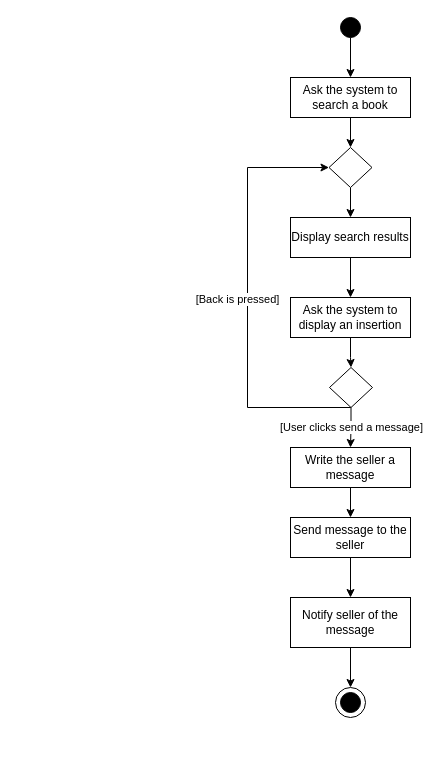
Before: activitydiagram_ BuyBook.drawio in davideleoni997/ScambioUniversitario, a draw.io diagram. Source tidied: cells renumbered, new cells numbered last; positions are measured from the earlier drawing's top-left corner, leaving out a move shared by most shapes. Both pictures are drawn from the tidied source at 100%, with x=0, y=0 at pixel (247, 17).
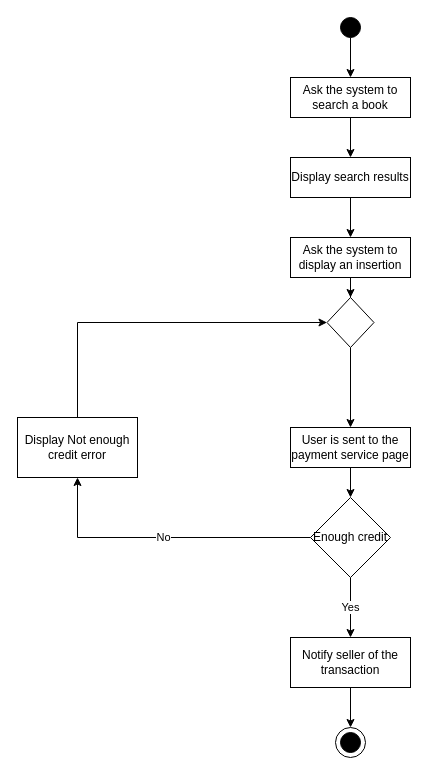
Above is the later version.

Commit message (it also covers changes not shown here):
-- Updated the AD to reflect the changes to the system

Unchanged cells that the change refers to:
```xml
<mxCell id="5" value="Ask the system to search a book" style="rounded=0;whiteSpace=wrap;html=1;strokeColor=#000000;fillColor=#FFFFFF;" parent="1" vertex="1">
  <mxGeometry x="43" y="60" width="120" height="40" as="geometry" />
</mxCell>
```

Change to the diagram source:
```diff
@@
-    <mxCell id="4" style="edgeStyle=orthogonalEdgeStyle;rounded=0;jettySize=auto;html=1;entryX=0.5;entryY=0;entryDx=0;entryDy=0;" parent="1" edge="1" source="5" target="12">
-      <mxGeometry relative="1" as="geometry" />
-    </mxCell>
+    <mxCell id="23" style="edgeStyle=orthogonalEdgeStyle;rounded=0;jettySize=auto;html=1;entryX=0.5;entryY=0;entryDx=0;entryDy=0;" parent="1" edge="1" source="5" target="7">
+      <mxGeometry relative="1" as="geometry" />
+    </mxCell>
@@
     <mxCell id="7" value="Display search results" style="rounded=0;whiteSpace=wrap;html=1;strokeColor=#000000;fillColor=#FFFFFF;" parent="1" vertex="1">
-      <mxGeometry x="43" y="200" width="120" height="40" as="geometry" />
+      <mxGeometry x="43" y="140" width="120" height="40" as="geometry" />
     </mxCell>
+    <mxCell id="24" style="edgeStyle=orthogonalEdgeStyle;rounded=0;jettySize=auto;html=1;entryX=0.5;entryY=0;entryDx=0;entryDy=0;" parent="1" edge="1" source="8" target="33">
+      <mxGeometry relative="1" as="geometry" />
+    </mxCell>
     <mxCell id="8" value="Ask the system to display an insertion" style="rounded=0;whiteSpace=wrap;html=1;strokeColor=#000000;fillColor=#FFFFFF;" parent="1" vertex="1">
-      <mxGeometry x="43" y="280" width="120" height="40" as="geometry" />
+      <mxGeometry x="43" y="220" width="120" height="40" as="geometry" />
     </mxCell>
-    <mxCell id="9" value="[Back is pressed]" style="edgeStyle=orthogonalEdgeStyle;rounded=0;jettySize=auto;html=1;entryX=0;entryY=0.5;entryDx=0;entryDy=0;" parent="1" edge="1" source="21" target="12">
-      <mxGeometry y="10" relative="1" as="geometry">
-        <Array as="points">
-          <mxPoint y="390" />
-          <mxPoint y="150" />
-        </Array>
-        <mxPoint y="1" as="offset" />
-      </mxGeometry>
-    </mxCell>
-    <mxCell id="10" value="[User clicks send a message]" style="edgeStyle=orthogonalEdgeStyle;rounded=0;jettySize=auto;html=1;entryX=0.5;entryY=0;entryDx=0;entryDy=0;" parent="1" edge="1" source="21" target="14">
-      <mxGeometry relative="1" as="geometry" />
-    </mxCell>
-    <mxCell id="11" style="edgeStyle=orthogonalEdgeStyle;rounded=0;jettySize=auto;html=1;entryX=0.5;entryY=0;entryDx=0;entryDy=0;" parent="1" edge="1" source="12" target="7">
-      <mxGeometry relative="1" as="geometry" />
-    </mxCell>
-    <mxCell id="12" style="rhombus;whiteSpace=wrap;html=1;strokeColor=#000000;fillColor=#FFFFFF;" parent="1" vertex="1">
-      <mxGeometry x="81.5" y="130" width="43" height="40" as="geometry" />
-    </mxCell>
-    <mxCell id="13" style="edgeStyle=orthogonalEdgeStyle;rounded=0;jettySize=auto;html=1;entryX=0.5;entryY=0;entryDx=0;entryDy=0;" parent="1" edge="1" source="14" target="16">
-      <mxGeometry relative="1" as="geometry" />
-    </mxCell>
-    <mxCell id="14" value="Write the seller a message" style="rounded=0;whiteSpace=wrap;html=1;strokeColor=#000000;fillColor=#FFFFFF;" parent="1" vertex="1">
-      <mxGeometry x="43" y="430" width="120" height="40" as="geometry" />
-    </mxCell>
-    <mxCell id="15" style="edgeStyle=orthogonalEdgeStyle;rounded=0;jettySize=auto;html=1;entryX=0.5;entryY=0;entryDx=0;entryDy=0;" parent="1" edge="1" source="16" target="18">
-      <mxGeometry relative="1" as="geometry" />
-    </mxCell>
-    <mxCell id="16" value="Send message to the seller" style="rounded=0;whiteSpace=wrap;html=1;strokeColor=#000000;fillColor=#FFFFFF;" parent="1" vertex="1">
-      <mxGeometry x="43" y="500" width="120" height="40" as="geometry" />
-    </mxCell>
@@
-    <mxCell id="18" value="Notify seller of the message" style="rounded=0;whiteSpace=wrap;html=1;strokeColor=#000000;fillColor=#FFFFFF;" parent="1" vertex="1">
-      <mxGeometry x="43" y="580" width="120" height="50" as="geometry" />
+    <mxCell id="18" value="Notify seller of the transaction" style="rounded=0;whiteSpace=wrap;html=1;strokeColor=#000000;fillColor=#FFFFFF;" parent="1" vertex="1">
+      <mxGeometry x="43" y="620" width="120" height="50" as="geometry" />
     </mxCell>
     <mxCell id="19" style="ellipse;whiteSpace=wrap;html=1;fillColor=#000000;" parent="1" vertex="1">
-      <mxGeometry x="93" y="675" width="20" height="20" as="geometry" />
+      <mxGeometry x="93" y="715" width="20" height="20" as="geometry" />
     </mxCell>
     <mxCell id="20" style="ellipse;whiteSpace=wrap;html=1;strokeColor=#000000;fillColor=none;" parent="1" vertex="1">
-      <mxGeometry x="88" y="670" width="30" height="30" as="geometry" />
+      <mxGeometry x="88" y="710" width="30" height="30" as="geometry" />
     </mxCell>
-    <mxCell id="21" style="rhombus;whiteSpace=wrap;html=1;strokeColor=#000000;fillColor=#FFFFFF;" parent="1" vertex="1">
-      <mxGeometry x="82" y="350" width="43" height="40" as="geometry" />
-    </mxCell>
-    <mxCell id="22" style="edgeStyle=orthogonalEdgeStyle;rounded=0;jettySize=auto;html=1;entryX=0.5;entryY=0;entryDx=0;entryDy=0;" parent="1" edge="1" source="8" target="21">
-      <mxGeometry relative="1" as="geometry" />
-    </mxCell>
+    <mxCell id="25" style="edgeStyle=orthogonalEdgeStyle;rounded=0;jettySize=auto;html=1;entryX=0.5;entryY=0;entryDx=0;entryDy=0;" parent="1" edge="1" source="26" target="29">
+      <mxGeometry relative="1" as="geometry" />
+    </mxCell>
+    <mxCell id="26" value="User is sent to the payment service page" style="rounded=0;whiteSpace=wrap;html=1;" parent="1" vertex="1">
+      <mxGeometry x="43" y="410" width="120" height="40" as="geometry" />
+    </mxCell>
+    <mxCell id="27" value="No" style="edgeStyle=orthogonalEdgeStyle;rounded=0;jettySize=auto;html=1;" parent="1" edge="1" source="29" target="31">
+      <mxGeometry relative="1" as="geometry" />
+    </mxCell>
+    <mxCell id="28" value="Yes" style="edgeStyle=orthogonalEdgeStyle;rounded=0;jettySize=auto;html=1;entryX=0.5;entryY=0;entryDx=0;entryDy=0;" parent="1" edge="1" source="29" target="18">
+      <mxGeometry relative="1" as="geometry" />
+    </mxCell>
+    <mxCell id="29" value="Enough credit" style="rhombus;whiteSpace=wrap;html=1;" parent="1" vertex="1">
+      <mxGeometry x="63" y="480" width="80" height="80" as="geometry" />
+    </mxCell>
+    <mxCell id="30" style="edgeStyle=orthogonalEdgeStyle;rounded=0;jettySize=auto;html=1;entryX=0;entryY=0.5;entryDx=0;entryDy=0;exitX=0.5;exitY=0;exitDx=0;exitDy=0;" parent="1" edge="1" source="31" target="33">
+      <mxGeometry relative="1" as="geometry" />
+    </mxCell>
+    <mxCell id="31" value="Display Not enough credit error" style="rounded=0;whiteSpace=wrap;html=1;" parent="1" vertex="1">
+      <mxGeometry x="-230" y="400" width="120" height="60" as="geometry" />
+    </mxCell>
+    <mxCell id="32" style="edgeStyle=orthogonalEdgeStyle;rounded=0;jettySize=auto;html=1;entryX=0.5;entryY=0;entryDx=0;entryDy=0;" parent="1" edge="1" source="33" target="26">
+      <mxGeometry relative="1" as="geometry" />
+    </mxCell>
+    <mxCell id="33" style="rhombus;whiteSpace=wrap;html=1;" parent="1" vertex="1">
+      <mxGeometry x="79.5" y="280" width="47" height="50" as="geometry" />
+    </mxCell>
```
